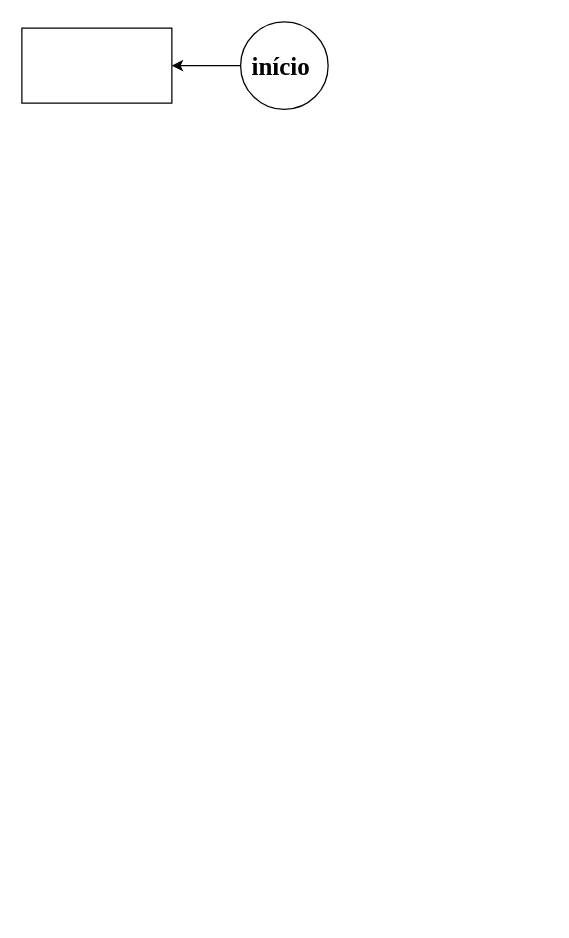
Earlier version of the draw.io diagram Untitled Diagram.drawio (danirodrigues7/danirodrigues7). Source tidied: cells renumbered, new cells numbered last; positions are measured from the earlier drawing's top-left corner, leaving out a move shared by most shapes. Both pictures are drawn from the tidied source at 125%, with x=0, y=0 at pixel (21, 21).
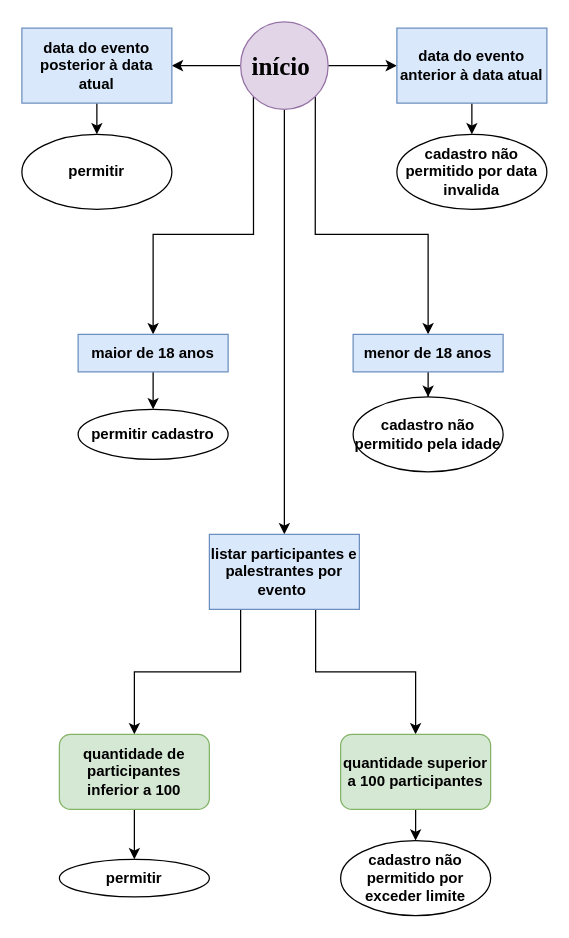
The same diagram, later.

The edit, as a diff of the source:
```diff
@@
+    <mxCell id="5" style="edgeStyle=orthogonalEdgeStyle;rounded=0;jettySize=auto;html=1;fontFamily=Garamond;fontSize=20;" parent="1" edge="1" source="3" target="11">
+      <mxGeometry relative="1" as="geometry" />
+    </mxCell>
+    <mxCell id="6" style="edgeStyle=orthogonalEdgeStyle;rounded=0;jettySize=auto;html=1;fontFamily=Garamond;fontSize=20;exitX=0;exitY=1;exitDx=0;exitDy=0;" parent="1" edge="1" source="3" target="15">
+      <mxGeometry relative="1" as="geometry">
+        <Array as="points">
+          <mxPoint x="185" y="170" />
+          <mxPoint x="105" y="170" />
+        </Array>
+      </mxGeometry>
+    </mxCell>
+    <mxCell id="7" style="edgeStyle=orthogonalEdgeStyle;rounded=0;jettySize=auto;html=1;fontFamily=Garamond;fontSize=20;exitX=1;exitY=1;exitDx=0;exitDy=0;" parent="1" edge="1" source="3" target="17">
+      <mxGeometry relative="1" as="geometry">
+        <Array as="points">
+          <mxPoint x="235" y="170" />
+          <mxPoint x="325" y="170" />
+        </Array>
+      </mxGeometry>
+    </mxCell>
+    <mxCell id="8" style="edgeStyle=orthogonalEdgeStyle;rounded=0;jettySize=auto;html=1;fontFamily=Garamond;fontSize=20;" parent="1" edge="1" source="3" target="20">
+      <mxGeometry relative="1" as="geometry" />
+    </mxCell>
-    <mxCell id="3" value="&lt;h4&gt;&lt;b&gt;&lt;font face=&quot;Garamond&quot; style=&quot;font-size: 20px&quot;&gt;início&amp;nbsp;&lt;/font&gt;&lt;/b&gt;&lt;/h4&gt;" style="ellipse;whiteSpace=wrap;html=1;" parent="1" vertex="1">
+    <mxCell id="3" value="&lt;h4&gt;&lt;b&gt;&lt;font face=&quot;Garamond&quot; style=&quot;font-size: 20px&quot;&gt;início&amp;nbsp;&lt;/font&gt;&lt;/b&gt;&lt;/h4&gt;" style="ellipse;whiteSpace=wrap;html=1;fillColor=#e1d5e7;strokeColor=#9673a6;" parent="1" vertex="1">
       <mxGeometry x="175" width="70" height="70" as="geometry" />
     </mxCell>
+    <mxCell id="9" style="edgeStyle=orthogonalEdgeStyle;rounded=0;jettySize=auto;html=1;fontFamily=Garamond;fontSize=20;" parent="1" edge="1" source="4" target="12">
+      <mxGeometry relative="1" as="geometry" />
+    </mxCell>
-    <mxCell id="4" style="whiteSpace=wrap;html=1;" parent="1" vertex="1">
+    <mxCell id="4" value="&lt;b&gt;data do evento posterior à data atual&lt;/b&gt;" style="whiteSpace=wrap;html=1;fillColor=#dae8fc;strokeColor=#6c8ebf;" parent="1" vertex="1">
       <mxGeometry y="5" width="120" height="60" as="geometry" />
     </mxCell>
+    <mxCell id="10" style="edgeStyle=orthogonalEdgeStyle;rounded=0;jettySize=auto;html=1;fontFamily=Garamond;fontSize=20;" parent="1" edge="1" source="11" target="13">
+      <mxGeometry relative="1" as="geometry" />
+    </mxCell>
+    <mxCell id="11" value="&lt;b&gt;data do evento anterior à data atual&lt;/b&gt;" style="whiteSpace=wrap;html=1;fillColor=#dae8fc;strokeColor=#6c8ebf;" parent="1" vertex="1">
+      <mxGeometry x="300" y="5" width="120" height="60" as="geometry" />
+    </mxCell>
+    <mxCell id="12" value="&lt;b&gt;permitir&lt;/b&gt;" style="ellipse;whiteSpace=wrap;html=1;" parent="1" vertex="1">
+      <mxGeometry y="90" width="120" height="60" as="geometry" />
+    </mxCell>
+    <mxCell id="13" value="&lt;b&gt;cadastro não permitido por data invalida&lt;/b&gt;" style="ellipse;whiteSpace=wrap;html=1;" parent="1" vertex="1">
+      <mxGeometry x="300" y="90" width="120" height="60" as="geometry" />
+    </mxCell>
+    <mxCell id="14" style="edgeStyle=orthogonalEdgeStyle;rounded=0;jettySize=auto;html=1;fontFamily=Garamond;fontSize=20;" parent="1" edge="1" source="15" target="21">
+      <mxGeometry relative="1" as="geometry" />
+    </mxCell>
+    <mxCell id="15" value="&lt;b&gt;maior de 18 anos&lt;/b&gt;" style="whiteSpace=wrap;html=1;fillColor=#dae8fc;strokeColor=#6c8ebf;" parent="1" vertex="1">
+      <mxGeometry x="45" y="250" width="120" height="30" as="geometry" />
+    </mxCell>
+    <mxCell id="16" style="edgeStyle=orthogonalEdgeStyle;rounded=0;jettySize=auto;html=1;fontFamily=Garamond;fontSize=20;" parent="1" edge="1" source="17" target="22">
+      <mxGeometry relative="1" as="geometry" />
+    </mxCell>
+    <mxCell id="17" value="&lt;b&gt;menor de 18 anos&lt;/b&gt;" style="whiteSpace=wrap;html=1;fillColor=#dae8fc;strokeColor=#6c8ebf;" parent="1" vertex="1">
+      <mxGeometry x="265" y="250" width="120" height="30" as="geometry" />
+    </mxCell>
+    <mxCell id="18" style="edgeStyle=orthogonalEdgeStyle;rounded=0;jettySize=auto;html=1;fontFamily=Garamond;fontSize=20;" parent="1" edge="1" source="20" target="24">
+      <mxGeometry relative="1" as="geometry">
+        <Array as="points">
+          <mxPoint x="175" y="520" />
+          <mxPoint x="90" y="520" />
+        </Array>
+      </mxGeometry>
+    </mxCell>
+    <mxCell id="19" style="edgeStyle=orthogonalEdgeStyle;rounded=0;jettySize=auto;html=1;fontFamily=Garamond;fontSize=20;" parent="1" edge="1" source="20" target="26">
+      <mxGeometry relative="1" as="geometry">
+        <Array as="points">
+          <mxPoint x="235" y="520" />
+          <mxPoint x="315" y="520" />
+        </Array>
+      </mxGeometry>
+    </mxCell>
+    <mxCell id="20" value="&lt;b&gt;listar participantes e palestrantes por evento&amp;nbsp;&lt;/b&gt;" style="whiteSpace=wrap;html=1;fillColor=#dae8fc;strokeColor=#6c8ebf;" parent="1" vertex="1">
+      <mxGeometry x="150" y="410" width="120" height="60" as="geometry" />
+    </mxCell>
+    <mxCell id="21" value="&lt;b&gt;permitir cadastro&lt;/b&gt;" style="ellipse;whiteSpace=wrap;html=1;" parent="1" vertex="1">
+      <mxGeometry x="45" y="310" width="120" height="40" as="geometry" />
+    </mxCell>
+    <mxCell id="22" value="&lt;b&gt;cadastro não permitido pela idade&lt;/b&gt;" style="ellipse;whiteSpace=wrap;html=1;" parent="1" vertex="1">
+      <mxGeometry x="265" y="300" width="120" height="60" as="geometry" />
+    </mxCell>
+    <mxCell id="23" style="edgeStyle=orthogonalEdgeStyle;rounded=0;jettySize=auto;html=1;fontFamily=Garamond;fontSize=20;" parent="1" edge="1" source="24" target="27">
+      <mxGeometry relative="1" as="geometry" />
+    </mxCell>
+    <mxCell id="24" value="&lt;b&gt;quantidade de participantes inferior a 100&lt;/b&gt;" style="rounded=1;whiteSpace=wrap;html=1;fillColor=#d5e8d4;strokeColor=#82b366;" parent="1" vertex="1">
+      <mxGeometry x="30" y="570" width="120" height="60" as="geometry" />
+    </mxCell>
+    <mxCell id="25" style="edgeStyle=orthogonalEdgeStyle;rounded=0;jettySize=auto;html=1;fontFamily=Garamond;fontSize=20;" parent="1" edge="1" source="26" target="28">
+      <mxGeometry relative="1" as="geometry" />
+    </mxCell>
+    <mxCell id="26" value="&lt;b&gt;quantidade superior a 100 participantes&lt;/b&gt;" style="rounded=1;whiteSpace=wrap;html=1;fillColor=#d5e8d4;strokeColor=#82b366;" parent="1" vertex="1">
+      <mxGeometry x="255" y="570" width="120" height="60" as="geometry" />
+    </mxCell>
+    <mxCell id="27" value="&lt;b&gt;permitir&lt;/b&gt;" style="ellipse;whiteSpace=wrap;html=1;rounded=1;" parent="1" vertex="1">
+      <mxGeometry x="30" y="670" width="120" height="30" as="geometry" />
+    </mxCell>
+    <mxCell id="28" value="&lt;b&gt;cadastro não permitido por exceder limite&lt;/b&gt;" style="ellipse;whiteSpace=wrap;html=1;rounded=1;" parent="1" vertex="1">
+      <mxGeometry x="255" y="655" width="120" height="60" as="geometry" />
+    </mxCell>
```
